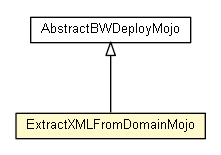
The Graphviz diagram bw-maven-plugin/apidocs/fr/fastconnect/factory/tibco/bw/maven/deployment/ExtractXMLFromDomainMojo.png in fastconnect/tibco-factory, before a commit. Its source is kept beside it as bw-maven-plugin/apidocs/fr/fastconnect/factory/tibco/bw/maven/deployment/ExtractXMLFromDomainMojo.dot. The source it was exported from:
```dot

digraph G {
	edge [fontname="arial",fontsize=10,labelfontname="arial",labelfontsize=10];
	node [fontname="arial",fontsize=10,shape=plaintext];
	nodesep=0.25;
	ranksep=0.5;
	c2216 [label=<<table title="fr.fastconnect.factory.tibco.bw.maven.deployment.ExtractXMLFromDomainMojo" border="0" cellborder="1" cellspacing="0" cellpadding="2" port="p" bgcolor="lemonChiffon" href="./ExtractXMLFromDomainMojo.html">
		<tr><td><table border="0" cellspacing="0" cellpadding="1">
<tr><td align="center" balign="center"> ExtractXMLFromDomainMojo </td></tr>
		</table></td></tr>
		</table>>, URL="./ExtractXMLFromDomainMojo.html", fontname="arial", fontcolor="black", fontsize=10.0];
	c2219 [label=<<table title="fr.fastconnect.factory.tibco.bw.maven.deployment.AbstractBWDeployMojo" border="0" cellborder="1" cellspacing="0" cellpadding="2" port="p" href="./AbstractBWDeployMojo.html">
		<tr><td><table border="0" cellspacing="0" cellpadding="1">
<tr><td align="center" balign="center"> AbstractBWDeployMojo </td></tr>
		</table></td></tr>
		</table>>, URL="./AbstractBWDeployMojo.html", fontname="arial", fontcolor="black", fontsize=10.0];
	c2219:p -> c2216:p [dir=back,arrowtail=empty];
}
```
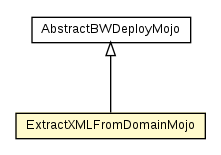
After the commit.

What changed in the source:
```diff
@@ -1,18 +1,18 @@
 
 digraph G {
-	edge [fontname="arial",fontsize=10,labelfontname="arial",labelfontsize=10];
-	node [fontname="arial",fontsize=10,shape=plaintext];
+	edge [fontname="Helvetica",fontsize=10,labelfontname="Helvetica",labelfontsize=10];
+	node [fontname="Helvetica",fontsize=10,shape=plaintext];
 	nodesep=0.25;
 	ranksep=0.5;
-	c2216 [label=<<table title="fr.fastconnect.factory.tibco.bw.maven.deployment.ExtractXMLFromDomainMojo" border="0" cellborder="1" cellspacing="0" cellpadding="2" port="p" bgcolor="lemonChiffon" href="./ExtractXMLFromDomainMojo.html">
+	c2366 [label=<<table title="fr.fastconnect.factory.tibco.bw.maven.deployment.ExtractXMLFromDomainMojo" border="0" cellborder="1" cellspacing="0" cellpadding="2" port="p" bgcolor="lemonChiffon" href="./ExtractXMLFromDomainMojo.html">
 		<tr><td><table border="0" cellspacing="0" cellpadding="1">
 <tr><td align="center" balign="center"> ExtractXMLFromDomainMojo </td></tr>
 		</table></td></tr>
-		</table>>, URL="./ExtractXMLFromDomainMojo.html", fontname="arial", fontcolor="black", fontsize=10.0];
-	c2219 [label=<<table title="fr.fastconnect.factory.tibco.bw.maven.deployment.AbstractBWDeployMojo" border="0" cellborder="1" cellspacing="0" cellpadding="2" port="p" href="./AbstractBWDeployMojo.html">
+		</table>>, URL="./ExtractXMLFromDomainMojo.html", fontname="Helvetica", fontcolor="black", fontsize=10.0];
+	c2368 [label=<<table title="fr.fastconnect.factory.tibco.bw.maven.deployment.AbstractBWDeployMojo" border="0" cellborder="1" cellspacing="0" cellpadding="2" port="p" href="./AbstractBWDeployMojo.html">
 		<tr><td><table border="0" cellspacing="0" cellpadding="1">
 <tr><td align="center" balign="center"> AbstractBWDeployMojo </td></tr>
 		</table></td></tr>
-		</table>>, URL="./AbstractBWDeployMojo.html", fontname="arial", fontcolor="black", fontsize=10.0];
-	c2219:p -> c2216:p [dir=back,arrowtail=empty];
+		</table>>, URL="./AbstractBWDeployMojo.html", fontname="Helvetica", fontcolor="black", fontsize=10.0];
+	c2368:p -> c2366:p [dir=back,arrowtail=empty];
 }
```
